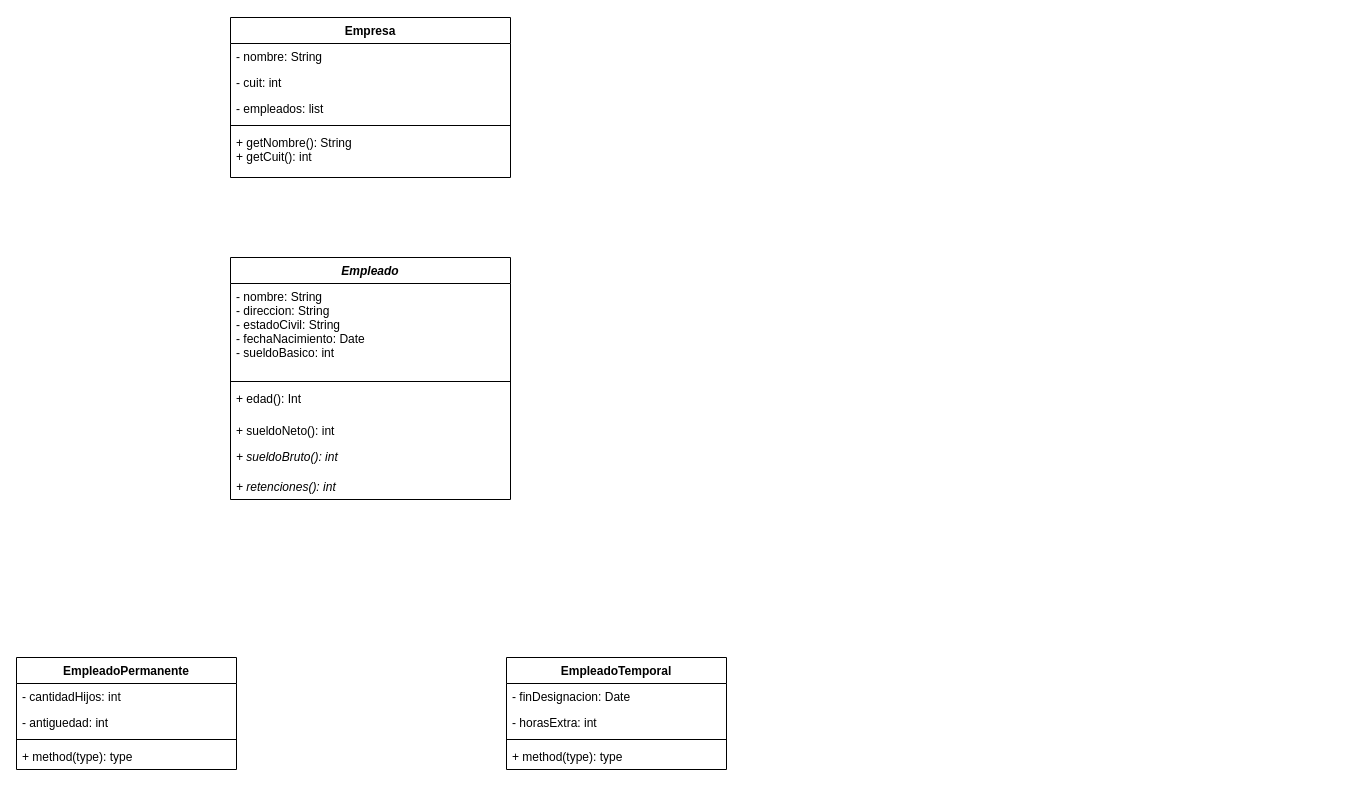
Above: Untitled Diagram.drawio in CundariNicolas/unqui-poo2-cundari (draw.io), before the change. Source tidied: cells renumbered, new cells numbered last; positions are measured from the earlier drawing's top-left corner, leaving out a move shared by most shapes. Both pictures are drawn from the tidied source at 100%, with x=0, y=0 at pixel (16, 17).
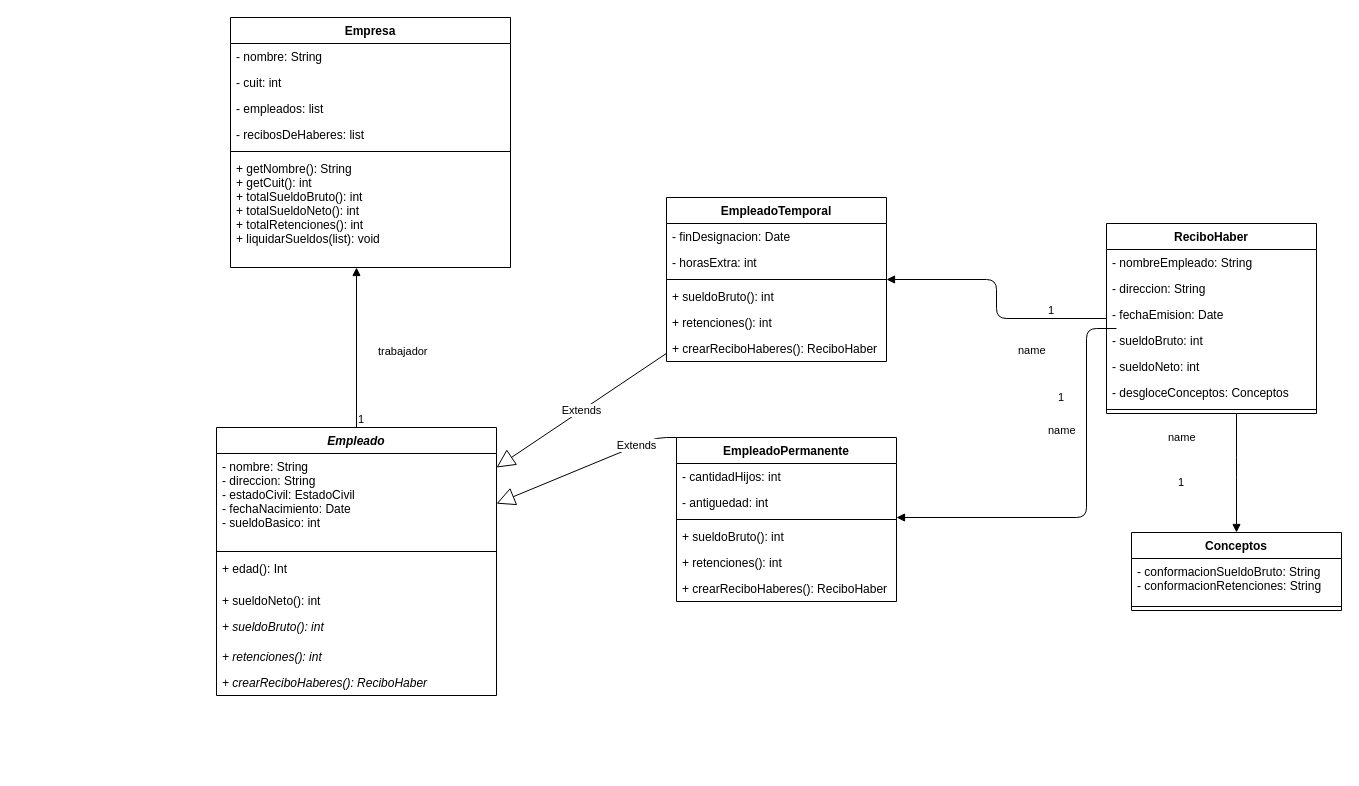
After the change.

What changed in the source:
```diff
@@
     <mxCell id="2" value="Empresa" style="swimlane;fontStyle=1;align=center;verticalAlign=top;horizontal=1;startSize=26;" parent="1" vertex="1">
-      <mxGeometry x="214" width="280" height="160" as="geometry" />
+      <mxGeometry x="214" width="280" height="250" as="geometry" />
     </mxCell>
@@
+    <mxCell id="25" value="- recibosDeHaberes: list" style="text;strokeColor=none;fillColor=none;align=left;verticalAlign=top;spacingLeft=4;spacingRight=4;overflow=hidden;" parent="2" vertex="1">
+      <mxGeometry y="104" width="280" height="26" as="geometry" />
+    </mxCell>
     <mxCell id="6" style="line;strokeWidth=1;fillColor=none;align=left;verticalAlign=middle;spacingTop=-1;spacingLeft=3;spacingRight=3;labelPosition=right;" parent="2" vertex="1">
-      <mxGeometry y="104" width="280" height="8" as="geometry" />
+      <mxGeometry y="130" width="280" height="8" as="geometry" />
     </mxCell>
-    <mxCell id="7" value="+ getNombre(): String&#10;+ getCuit(): int&#10;" style="text;strokeColor=none;fillColor=none;align=left;verticalAlign=top;spacingLeft=4;spacingRight=4;overflow=hidden;" parent="2" vertex="1">
-      <mxGeometry y="112" width="280" height="48" as="geometry" />
+    <mxCell id="7" value="+ getNombre(): String&#10;+ getCuit(): int&#10;+ totalSueldoBruto(): int&#10;+ totalSueldoNeto(): int&#10;+ totalRetenciones(): int&#10;+ liquidarSueldos(list): void" style="text;strokeColor=none;fillColor=none;align=left;verticalAlign=top;spacingLeft=4;spacingRight=4;overflow=hidden;" parent="2" vertex="1">
+      <mxGeometry y="138" width="280" height="112" as="geometry" />
     </mxCell>
     <mxCell id="8" value="Empleado" style="swimlane;fontStyle=3;align=center;verticalAlign=top;horizontal=1;startSize=26;" parent="1" vertex="1">
-      <mxGeometry x="214" y="240" width="280" height="242" as="geometry" />
+      <mxGeometry x="200" y="410" width="280" height="268" as="geometry" />
     </mxCell>
-    <mxCell id="9" value="- nombre: String&#10;- direccion: String&#10;- estadoCivil: String&#10;- fechaNacimiento: Date&#10;- sueldoBasico: int" style="text;strokeColor=none;fillColor=none;align=left;verticalAlign=top;spacingLeft=4;spacingRight=4;overflow=hidden;" parent="8" vertex="1">
+    <mxCell id="9" value="- nombre: String&#10;- direccion: String&#10;- estadoCivil: EstadoCivil&#10;- fechaNacimiento: Date&#10;- sueldoBasico: int" style="text;strokeColor=none;fillColor=none;align=left;verticalAlign=top;spacingLeft=4;spacingRight=4;overflow=hidden;" parent="8" vertex="1">
       <mxGeometry y="26" width="280" height="94" as="geometry" />
     </mxCell>
@@
+    <mxCell id="26" value="+ crearReciboHaberes(): ReciboHaber" style="text;strokeColor=none;fillColor=none;align=left;verticalAlign=top;spacingLeft=4;spacingRight=4;overflow=hidden;fontStyle=2;" parent="8" vertex="1">
+      <mxGeometry y="242" width="280" height="26" as="geometry" />
+    </mxCell>
     <mxCell id="15" value="EmpleadoPermanente" style="swimlane;fontStyle=1;align=center;verticalAlign=top;horizontal=1;startSize=26;" parent="1" vertex="1">
-      <mxGeometry y="640" width="220" height="112" as="geometry" />
+      <mxGeometry x="660" y="420" width="220" height="164" as="geometry" />
     </mxCell>
@@
-    <mxCell id="19" value="+ method(type): type" style="text;strokeColor=none;fillColor=none;align=left;verticalAlign=top;spacingLeft=4;spacingRight=4;overflow=hidden;" parent="15" vertex="1">
+    <mxCell id="19" value="+ sueldoBruto(): int" style="text;strokeColor=none;fillColor=none;align=left;verticalAlign=top;spacingLeft=4;spacingRight=4;overflow=hidden;" parent="15" vertex="1">
       <mxGeometry y="86" width="220" height="26" as="geometry" />
     </mxCell>
+    <mxCell id="27" value="+ retenciones(): int" style="text;strokeColor=none;fillColor=none;align=left;verticalAlign=top;spacingLeft=4;spacingRight=4;overflow=hidden;" parent="15" vertex="1">
+      <mxGeometry y="112" width="220" height="26" as="geometry" />
+    </mxCell>
+    <mxCell id="28" value="+ crearReciboHaberes(): ReciboHaber" style="text;strokeColor=none;fillColor=none;align=left;verticalAlign=top;spacingLeft=4;spacingRight=4;overflow=hidden;fontStyle=0;" parent="15" vertex="1">
+      <mxGeometry y="138" width="220" height="26" as="geometry" />
+    </mxCell>
     <mxCell id="20" value="EmpleadoTemporal" style="swimlane;fontStyle=1;align=center;verticalAlign=top;horizontal=1;startSize=26;" parent="1" vertex="1">
-      <mxGeometry x="490" y="640" width="220" height="112" as="geometry" />
+      <mxGeometry x="650" y="180" width="220" height="164" as="geometry" />
     </mxCell>
@@
-    <mxCell id="24" value="+ method(type): type" style="text;strokeColor=none;fillColor=none;align=left;verticalAlign=top;spacingLeft=4;spacingRight=4;overflow=hidden;" parent="20" vertex="1">
+    <mxCell id="24" value="+ sueldoBruto(): int" style="text;strokeColor=none;fillColor=none;align=left;verticalAlign=top;spacingLeft=4;spacingRight=4;overflow=hidden;" parent="20" vertex="1">
       <mxGeometry y="86" width="220" height="26" as="geometry" />
     </mxCell>
+    <mxCell id="29" value="+ retenciones(): int" style="text;strokeColor=none;fillColor=none;align=left;verticalAlign=top;spacingLeft=4;spacingRight=4;overflow=hidden;" parent="20" vertex="1">
+      <mxGeometry y="112" width="220" height="26" as="geometry" />
+    </mxCell>
+    <mxCell id="30" value="+ crearReciboHaberes(): ReciboHaber" style="text;strokeColor=none;fillColor=none;align=left;verticalAlign=top;spacingLeft=4;spacingRight=4;overflow=hidden;fontStyle=0;" parent="20" vertex="1">
+      <mxGeometry y="138" width="220" height="26" as="geometry" />
+    </mxCell>
+    <mxCell id="31" value="Extends" style="endArrow=block;endSize=16;endFill=0;html=1;exitX=0.5;exitY=0;exitDx=0;exitDy=0;" parent="1" edge="1" source="15" target="8">
+      <mxGeometry relative="1" as="geometry">
+        <Array as="points">
+          <mxPoint x="640" y="420" />
+        </Array>
+      </mxGeometry>
+    </mxCell>
+    <mxCell id="32" value="Extends" style="endArrow=block;endSize=16;endFill=0;html=1;" parent="1" edge="1" source="20" target="8">
+      <mxGeometry relative="1" as="geometry" />
+    </mxCell>
+    <mxCell id="33" value="trabajador" style="endArrow=block;endFill=1;html=1;edgeStyle=orthogonalEdgeStyle;align=left;verticalAlign=top;" parent="1" edge="1" source="8" target="2">
+      <mxGeometry x="0.11" y="-20" relative="1" as="geometry">
+        <Array as="points">
+          <mxPoint x="350" y="230" />
+          <mxPoint x="350" y="230" />
+        </Array>
+      </mxGeometry>
+    </mxCell>
+    <mxCell id="34" value="1" style="edgeLabel;html=1;align=left;verticalAlign=bottom;" parent="33" vertex="1">
+      <mxGeometry x="-1" relative="1" as="geometry" />
+    </mxCell>
+    <mxCell id="35" value="ReciboHaber" style="swimlane;fontStyle=1;align=center;verticalAlign=top;horizontal=1;startSize=26;" parent="1" vertex="1">
+      <mxGeometry x="1090" y="206" width="210" height="190" as="geometry" />
+    </mxCell>
+    <mxCell id="36" value="- nombreEmpleado: String" style="text;strokeColor=none;fillColor=none;align=left;verticalAlign=top;spacingLeft=4;spacingRight=4;overflow=hidden;" parent="35" vertex="1">
+      <mxGeometry y="26" width="210" height="26" as="geometry" />
+    </mxCell>
+    <mxCell id="37" value="- direccion: String" style="text;strokeColor=none;fillColor=none;align=left;verticalAlign=top;spacingLeft=4;spacingRight=4;overflow=hidden;" parent="35" vertex="1">
+      <mxGeometry y="52" width="210" height="26" as="geometry" />
+    </mxCell>
+    <mxCell id="38" value="- fechaEmision: Date" style="text;strokeColor=none;fillColor=none;align=left;verticalAlign=top;spacingLeft=4;spacingRight=4;overflow=hidden;" parent="35" vertex="1">
+      <mxGeometry y="78" width="210" height="26" as="geometry" />
+    </mxCell>
+    <mxCell id="39" value="- sueldoBruto: int" style="text;strokeColor=none;fillColor=none;align=left;verticalAlign=top;spacingLeft=4;spacingRight=4;overflow=hidden;" parent="35" vertex="1">
+      <mxGeometry y="104" width="210" height="26" as="geometry" />
+    </mxCell>
+    <mxCell id="40" value="- sueldoNeto: int" style="text;strokeColor=none;fillColor=none;align=left;verticalAlign=top;spacingLeft=4;spacingRight=4;overflow=hidden;" parent="35" vertex="1">
+      <mxGeometry y="130" width="210" height="26" as="geometry" />
+    </mxCell>
+    <mxCell id="41" value="- desgloceConceptos: Conceptos" style="text;strokeColor=none;fillColor=none;align=left;verticalAlign=top;spacingLeft=4;spacingRight=4;overflow=hidden;" parent="35" vertex="1">
+      <mxGeometry y="156" width="210" height="26" as="geometry" />
+    </mxCell>
+    <mxCell id="42" style="line;strokeWidth=1;fillColor=none;align=left;verticalAlign=middle;spacingTop=-1;spacingLeft=3;spacingRight=3;labelPosition=right;" parent="35" vertex="1">
+      <mxGeometry y="182" width="210" height="8" as="geometry" />
+    </mxCell>
+    <mxCell id="43" value="Conceptos" style="swimlane;fontStyle=1;align=center;verticalAlign=top;horizontal=1;startSize=26;" parent="1" vertex="1">
+      <mxGeometry x="1115" y="515" width="210" height="78" as="geometry" />
+    </mxCell>
+    <mxCell id="44" value="- conformacionSueldoBruto: String&#10;- conformacionRetenciones: String" style="text;strokeColor=none;fillColor=none;align=left;verticalAlign=top;spacingLeft=4;spacingRight=4;overflow=hidden;" parent="43" vertex="1">
+      <mxGeometry y="26" width="210" height="44" as="geometry" />
+    </mxCell>
+    <mxCell id="45" style="line;strokeWidth=1;fillColor=none;align=left;verticalAlign=middle;spacingTop=-1;spacingLeft=3;spacingRight=3;labelPosition=right;" parent="43" vertex="1">
+      <mxGeometry y="70" width="210" height="8" as="geometry" />
+    </mxCell>
+    <mxCell id="46" value="name" style="endArrow=block;endFill=1;html=1;edgeStyle=orthogonalEdgeStyle;align=left;verticalAlign=top;" parent="1" edge="1" source="35" target="20">
+      <mxGeometry x="-0.54" y="99" relative="1" as="geometry" />
+    </mxCell>
+    <mxCell id="47" value="1" style="edgeLabel;html=1;align=left;verticalAlign=bottom;" parent="46" vertex="1">
+      <mxGeometry x="-1" relative="1" as="geometry">
+        <mxPoint x="-60" as="offset" />
+      </mxGeometry>
+    </mxCell>
+    <mxCell id="48" value="name" style="endArrow=block;endFill=1;html=1;edgeStyle=orthogonalEdgeStyle;align=left;verticalAlign=top;" parent="1" edge="1" target="15">
+      <mxGeometry x="-0.81" y="-70" relative="1" as="geometry">
+        <mxPoint x="1100" y="311" as="sourcePoint" />
+        <Array as="points">
+          <mxPoint x="1070" y="311" />
+          <mxPoint x="1070" y="500" />
+        </Array>
+      </mxGeometry>
+    </mxCell>
+    <mxCell id="49" value="1" style="edgeLabel;html=1;align=left;verticalAlign=bottom;" parent="48" vertex="1">
+      <mxGeometry x="-1" relative="1" as="geometry">
+        <mxPoint x="-60" y="77" as="offset" />
+      </mxGeometry>
+    </mxCell>
+    <mxCell id="50" value="name" style="endArrow=block;endFill=1;html=1;edgeStyle=orthogonalEdgeStyle;align=left;verticalAlign=top;" parent="1" edge="1" source="35" target="43">
+      <mxGeometry x="-0.81" y="-70" relative="1" as="geometry">
+        <Array as="points">
+          <mxPoint x="1220" y="450" />
+          <mxPoint x="1220" y="450" />
+        </Array>
+      </mxGeometry>
+    </mxCell>
+    <mxCell id="51" value="1" style="edgeLabel;html=1;align=left;verticalAlign=bottom;" parent="50" vertex="1">
+      <mxGeometry x="-1" relative="1" as="geometry">
+        <mxPoint x="-60" y="77" as="offset" />
+      </mxGeometry>
+    </mxCell>
```
